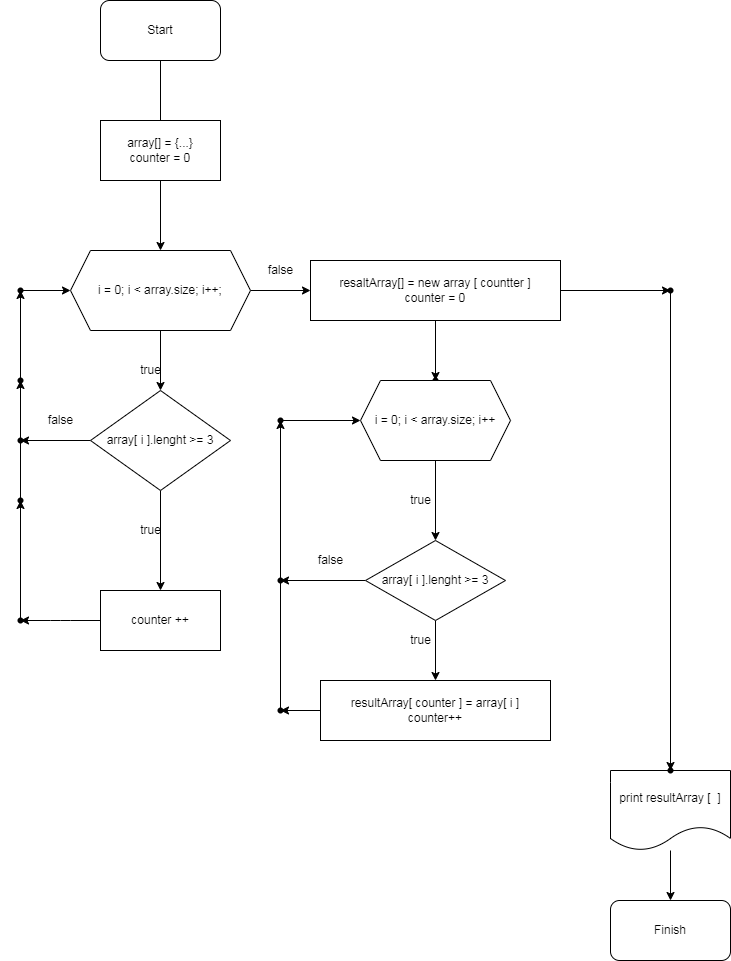
Above: Examle_Test/Exam.drawio.png in George-Goldman/Examination_Test (draw.io), before the change. Source tidied: cells renumbered, new cells last; positions are measured from the earlier drawing's top-left corner, leaving out a move shared by most shapes. Source of this version:
```xml
<mxGraphModel>
  <root>
    <mxCell id="0" />
    <mxCell id="1" parent="0" />
    <mxCell id="2" style="edgeStyle=none;html=1;" parent="1" edge="1" source="3">
      <mxGeometry relative="1" as="geometry">
        <mxPoint x="160" y="140" as="targetPoint" />
      </mxGeometry>
    </mxCell>
    <mxCell id="3" value="Start" style="rounded=1;whiteSpace=wrap;html=1;" parent="1" vertex="1">
      <mxGeometry x="100" width="120" height="60" as="geometry" />
    </mxCell>
    <mxCell id="4" style="edgeStyle=none;html=1;" parent="1" edge="1" source="5" target="8">
      <mxGeometry relative="1" as="geometry" />
    </mxCell>
    <mxCell id="5" value="array[] = {...}&lt;br&gt;counter = 0" style="whiteSpace=wrap;html=1;" parent="1" vertex="1">
      <mxGeometry x="100" y="120" width="120" height="60" as="geometry" />
    </mxCell>
    <mxCell id="6" style="edgeStyle=none;html=1;" parent="1" edge="1" source="8" target="11">
      <mxGeometry relative="1" as="geometry" />
    </mxCell>
    <mxCell id="7" style="edgeStyle=none;html=1;" parent="1" edge="1" source="8" target="15">
      <mxGeometry relative="1" as="geometry" />
    </mxCell>
    <mxCell id="8" value="i = 0; i &amp;lt; array.size; i++;" style="shape=hexagon;perimeter=hexagonPerimeter2;whiteSpace=wrap;html=1;fixedSize=1;" parent="1" vertex="1">
      <mxGeometry x="70" y="250" width="180" height="80" as="geometry" />
    </mxCell>
    <mxCell id="9" style="edgeStyle=none;html=1;elbow=vertical;" parent="1" edge="1" source="11" target="31">
      <mxGeometry relative="1" as="geometry" />
    </mxCell>
    <mxCell id="10" style="edgeStyle=none;html=1;elbow=vertical;" parent="1" edge="1" source="11" target="52">
      <mxGeometry relative="1" as="geometry" />
    </mxCell>
    <mxCell id="11" value="resaltArray[] = new array [ countter ]&lt;br&gt;counter = 0" style="whiteSpace=wrap;html=1;" parent="1" vertex="1">
      <mxGeometry x="310" y="260" width="250" height="60" as="geometry" />
    </mxCell>
    <mxCell id="12" value="false" style="text;html=1;align=center;verticalAlign=middle;strokeColor=none;fillColor=none;" parent="1" vertex="1">
      <mxGeometry x="260" y="260" width="40" height="20" as="geometry" />
    </mxCell>
    <mxCell id="13" style="edgeStyle=none;html=1;" parent="1" edge="1" source="15" target="18">
      <mxGeometry relative="1" as="geometry" />
    </mxCell>
    <mxCell id="14" style="edgeStyle=none;html=1;elbow=vertical;" parent="1" edge="1" source="15" target="27">
      <mxGeometry relative="1" as="geometry" />
    </mxCell>
    <mxCell id="15" value="array[ i ].lenght &amp;gt;= 3" style="rhombus;whiteSpace=wrap;html=1;" parent="1" vertex="1">
      <mxGeometry x="90" y="390" width="140" height="100" as="geometry" />
    </mxCell>
    <mxCell id="16" value="true" style="text;html=1;align=center;verticalAlign=middle;strokeColor=none;fillColor=none;" parent="1" vertex="1">
      <mxGeometry x="130" y="360" width="40" height="20" as="geometry" />
    </mxCell>
    <mxCell id="17" style="edgeStyle=elbowEdgeStyle;elbow=vertical;html=1;" parent="1" edge="1" source="18" target="20">
      <mxGeometry relative="1" as="geometry" />
    </mxCell>
    <mxCell id="18" value="counter ++" style="whiteSpace=wrap;html=1;" parent="1" vertex="1">
      <mxGeometry x="100" y="590" width="120" height="60" as="geometry" />
    </mxCell>
    <mxCell id="19" style="edgeStyle=none;html=1;elbow=vertical;" parent="1" edge="1" source="20" target="22">
      <mxGeometry relative="1" as="geometry" />
    </mxCell>
    <mxCell id="20" style="shape=waypoint;sketch=0;size=6;points=[];fillColor=default;perimeter=centerPerimeter;snapToPoint=1;" parent="1" vertex="1">
      <mxGeometry y="600" width="40" height="40" as="geometry" />
    </mxCell>
    <mxCell id="21" style="edgeStyle=none;html=1;elbow=vertical;startArrow=none;" parent="1" edge="1" source="27" target="24">
      <mxGeometry relative="1" as="geometry" />
    </mxCell>
    <mxCell id="22" style="shape=waypoint;sketch=0;size=6;points=[];fillColor=default;perimeter=centerPerimeter;snapToPoint=1;" parent="1" vertex="1">
      <mxGeometry y="480" width="40" height="40" as="geometry" />
    </mxCell>
    <mxCell id="23" style="edgeStyle=none;html=1;elbow=vertical;" parent="1" edge="1" source="24" target="26">
      <mxGeometry relative="1" as="geometry" />
    </mxCell>
    <mxCell id="24" style="shape=waypoint;sketch=0;size=6;points=[];fillColor=default;perimeter=centerPerimeter;snapToPoint=1;" parent="1" vertex="1">
      <mxGeometry y="360" width="40" height="40" as="geometry" />
    </mxCell>
    <mxCell id="25" style="edgeStyle=none;html=1;elbow=vertical;" parent="1" edge="1" source="26" target="8">
      <mxGeometry relative="1" as="geometry" />
    </mxCell>
    <mxCell id="26" style="shape=waypoint;sketch=0;size=6;points=[];fillColor=default;perimeter=centerPerimeter;snapToPoint=1;" parent="1" vertex="1">
      <mxGeometry y="270" width="40" height="40" as="geometry" />
    </mxCell>
    <mxCell id="27" style="shape=waypoint;sketch=0;size=6;points=[];fillColor=default;perimeter=centerPerimeter;snapToPoint=1;" parent="1" vertex="1">
      <mxGeometry y="420" width="40" height="40" as="geometry" />
    </mxCell>
    <mxCell id="28" style="edgeStyle=none;html=1;elbow=vertical;endArrow=none;" parent="1" edge="1" source="22" target="27">
      <mxGeometry relative="1" as="geometry" />
    </mxCell>
    <mxCell id="29" value="false" style="text;html=1;align=center;verticalAlign=middle;strokeColor=none;fillColor=none;" parent="1" vertex="1">
      <mxGeometry x="40" y="410" width="40" height="20" as="geometry" />
    </mxCell>
    <mxCell id="30" value="true" style="text;html=1;align=center;verticalAlign=middle;strokeColor=none;fillColor=none;" parent="1" vertex="1">
      <mxGeometry x="130" y="520" width="40" height="20" as="geometry" />
    </mxCell>
    <mxCell id="31" style="shape=waypoint;sketch=0;size=6;points=[];fillColor=default;perimeter=centerPerimeter;snapToPoint=1;" parent="1" vertex="1">
      <mxGeometry x="415" y="360" width="40" height="40" as="geometry" />
    </mxCell>
    <mxCell id="32" style="edgeStyle=none;html=1;elbow=vertical;" parent="1" edge="1" source="33" target="36">
      <mxGeometry relative="1" as="geometry" />
    </mxCell>
    <mxCell id="33" value="i = 0; i &amp;lt; array.size; i++" style="shape=hexagon;perimeter=hexagonPerimeter2;whiteSpace=wrap;html=1;fixedSize=1;" parent="1" vertex="1">
      <mxGeometry x="360" y="380" width="150" height="80" as="geometry" />
    </mxCell>
    <mxCell id="34" style="edgeStyle=none;html=1;elbow=vertical;" parent="1" edge="1" source="36" target="38">
      <mxGeometry relative="1" as="geometry" />
    </mxCell>
    <mxCell id="35" style="edgeStyle=none;html=1;elbow=vertical;" parent="1" edge="1" source="36" target="45">
      <mxGeometry relative="1" as="geometry" />
    </mxCell>
    <mxCell id="36" value="array[ i ].lenght &amp;gt;= 3" style="rhombus;whiteSpace=wrap;html=1;" parent="1" vertex="1">
      <mxGeometry x="365" y="540" width="140" height="80" as="geometry" />
    </mxCell>
    <mxCell id="37" style="edgeStyle=none;html=1;elbow=vertical;" parent="1" edge="1" source="38" target="42">
      <mxGeometry relative="1" as="geometry" />
    </mxCell>
    <mxCell id="38" value="resultArray[ counter ] = array[ i ]&lt;br&gt;counter++" style="whiteSpace=wrap;html=1;" parent="1" vertex="1">
      <mxGeometry x="320" y="680" width="230" height="60" as="geometry" />
    </mxCell>
    <mxCell id="39" value="true" style="text;html=1;align=center;verticalAlign=middle;strokeColor=none;fillColor=none;" parent="1" vertex="1">
      <mxGeometry x="400" y="630" width="40" height="20" as="geometry" />
    </mxCell>
    <mxCell id="40" value="true" style="text;html=1;align=center;verticalAlign=middle;strokeColor=none;fillColor=none;" parent="1" vertex="1">
      <mxGeometry x="400" y="490" width="40" height="20" as="geometry" />
    </mxCell>
    <mxCell id="41" style="edgeStyle=none;html=1;elbow=vertical;startArrow=none;" parent="1" edge="1" source="45" target="44">
      <mxGeometry relative="1" as="geometry" />
    </mxCell>
    <mxCell id="42" style="shape=waypoint;sketch=0;size=6;points=[];fillColor=default;perimeter=centerPerimeter;snapToPoint=1;" parent="1" vertex="1">
      <mxGeometry x="260" y="690" width="40" height="40" as="geometry" />
    </mxCell>
    <mxCell id="43" style="edgeStyle=none;html=1;elbow=vertical;" parent="1" edge="1" source="44" target="33">
      <mxGeometry relative="1" as="geometry" />
    </mxCell>
    <mxCell id="44" style="shape=waypoint;sketch=0;size=6;points=[];fillColor=default;perimeter=centerPerimeter;snapToPoint=1;" parent="1" vertex="1">
      <mxGeometry x="260" y="400" width="40" height="40" as="geometry" />
    </mxCell>
    <mxCell id="45" style="shape=waypoint;sketch=0;size=6;points=[];fillColor=default;perimeter=centerPerimeter;snapToPoint=1;" parent="1" vertex="1">
      <mxGeometry x="260" y="560" width="40" height="40" as="geometry" />
    </mxCell>
    <mxCell id="46" style="edgeStyle=none;html=1;elbow=vertical;endArrow=none;" parent="1" edge="1" source="42" target="45">
      <mxGeometry relative="1" as="geometry" />
    </mxCell>
    <mxCell id="47" value="false" style="text;html=1;align=center;verticalAlign=middle;strokeColor=none;fillColor=none;" parent="1" vertex="1">
      <mxGeometry x="310" y="550" width="40" height="20" as="geometry" />
    </mxCell>
    <mxCell id="48" style="edgeStyle=none;html=1;elbow=vertical;" parent="1" edge="1" source="49" target="50">
      <mxGeometry relative="1" as="geometry" />
    </mxCell>
    <mxCell id="49" value="print resultArray [&amp;nbsp; ]" style="shape=document;whiteSpace=wrap;html=1;boundedLbl=1;" parent="1" vertex="1">
      <mxGeometry x="610" y="770" width="120" height="80" as="geometry" />
    </mxCell>
    <mxCell id="50" value="Finish" style="rounded=1;whiteSpace=wrap;html=1;" parent="1" vertex="1">
      <mxGeometry x="610" y="900" width="120" height="60" as="geometry" />
    </mxCell>
    <mxCell id="51" style="edgeStyle=none;html=1;elbow=vertical;" parent="1" edge="1" source="52" target="53">
      <mxGeometry relative="1" as="geometry" />
    </mxCell>
    <mxCell id="52" style="shape=waypoint;sketch=0;size=6;points=[];fillColor=default;perimeter=centerPerimeter;snapToPoint=1;" parent="1" vertex="1">
      <mxGeometry x="650" y="270" width="40" height="40" as="geometry" />
    </mxCell>
    <mxCell id="53" style="shape=waypoint;sketch=0;size=6;points=[];fillColor=default;perimeter=centerPerimeter;snapToPoint=1;" parent="1" vertex="1">
      <mxGeometry x="650" y="750" width="40" height="40" as="geometry" />
    </mxCell>
  </root>
</mxGraphModel>
```
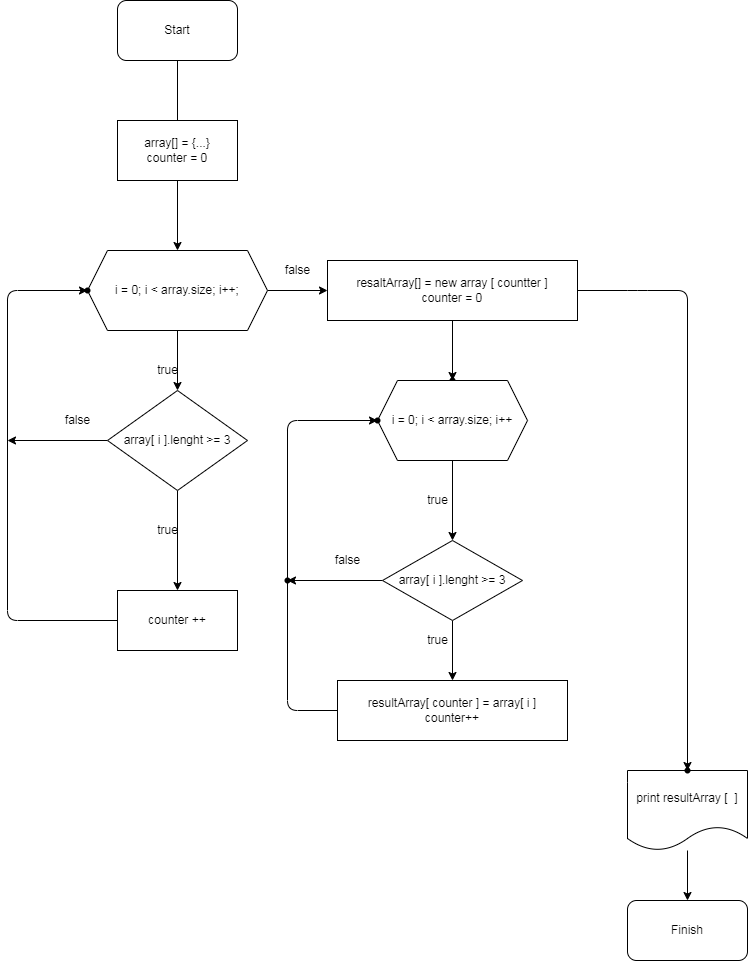
Above is the later version.

The edit, as a diff of the source:
```diff
@@ -28,8 +28,13 @@
     <mxCell id="9" style="edgeStyle=none;html=1;elbow=vertical;" parent="1" edge="1" source="11" target="31">
       <mxGeometry relative="1" as="geometry" />
     </mxCell>
-    <mxCell id="10" style="edgeStyle=none;html=1;elbow=vertical;" parent="1" edge="1" source="11" target="52">
-      <mxGeometry relative="1" as="geometry" />
+    <mxCell id="10" style="edgeStyle=none;html=1;elbow=vertical;entryX=0.529;entryY=0.509;entryDx=0;entryDy=0;entryPerimeter=0;" parent="1" edge="1" source="11" target="53">
+      <mxGeometry relative="1" as="geometry">
+        <Array as="points">
+          <mxPoint x="620" y="290" />
+          <mxPoint x="670" y="290" />
+        </Array>
+      </mxGeometry>
     </mxCell>
     <mxCell id="11" value="resaltArray[] = new array [ countter ]&lt;br&gt;counter = 0" style="whiteSpace=wrap;html=1;" parent="1" vertex="1">
       <mxGeometry x="310" y="260" width="250" height="60" as="geometry" />
@@ -40,8 +45,10 @@
     <mxCell id="13" style="edgeStyle=none;html=1;" parent="1" edge="1" source="15" target="18">
       <mxGeometry relative="1" as="geometry" />
     </mxCell>
-    <mxCell id="14" style="edgeStyle=none;html=1;elbow=vertical;" parent="1" edge="1" source="15" target="27">
-      <mxGeometry relative="1" as="geometry" />
+    <mxCell id="14" style="edgeStyle=none;html=1;elbow=vertical;" parent="1" edge="1" source="15">
+      <mxGeometry relative="1" as="geometry">
+        <mxPoint x="-10" y="440" as="targetPoint" />
+      </mxGeometry>
     </mxCell>
     <mxCell id="15" value="array[ i ].lenght &amp;gt;= 3" style="rhombus;whiteSpace=wrap;html=1;" parent="1" vertex="1">
       <mxGeometry x="90" y="390" width="140" height="100" as="geometry" />
@@ -50,41 +57,18 @@
       <mxGeometry x="130" y="360" width="40" height="20" as="geometry" />
     </mxCell>
     <mxCell id="17" style="edgeStyle=elbowEdgeStyle;elbow=vertical;html=1;" parent="1" edge="1" source="18" target="20">
-      <mxGeometry relative="1" as="geometry" />
+      <mxGeometry relative="1" as="geometry">
+        <Array as="points">
+          <mxPoint x="-10" y="280" />
+        </Array>
+      </mxGeometry>
     </mxCell>
     <mxCell id="18" value="counter ++" style="whiteSpace=wrap;html=1;" parent="1" vertex="1">
       <mxGeometry x="100" y="590" width="120" height="60" as="geometry" />
     </mxCell>
-    <mxCell id="19" style="edgeStyle=none;html=1;elbow=vertical;" parent="1" edge="1" source="20" target="22">
-      <mxGeometry relative="1" as="geometry" />
-    </mxCell>
     <mxCell id="20" style="shape=waypoint;sketch=0;size=6;points=[];fillColor=default;perimeter=centerPerimeter;snapToPoint=1;" parent="1" vertex="1">
-      <mxGeometry y="600" width="40" height="40" as="geometry" />
+      <mxGeometry x="50" y="270" width="40" height="40" as="geometry" />
     </mxCell>
-    <mxCell id="21" style="edgeStyle=none;html=1;elbow=vertical;startArrow=none;" parent="1" edge="1" source="27" target="24">
-      <mxGeometry relative="1" as="geometry" />
-    </mxCell>
-    <mxCell id="22" style="shape=waypoint;sketch=0;size=6;points=[];fillColor=default;perimeter=centerPerimeter;snapToPoint=1;" parent="1" vertex="1">
-      <mxGeometry y="480" width="40" height="40" as="geometry" />
-    </mxCell>
-    <mxCell id="23" style="edgeStyle=none;html=1;elbow=vertical;" parent="1" edge="1" source="24" target="26">
-      <mxGeometry relative="1" as="geometry" />
-    </mxCell>
-    <mxCell id="24" style="shape=waypoint;sketch=0;size=6;points=[];fillColor=default;perimeter=centerPerimeter;snapToPoint=1;" parent="1" vertex="1">
-      <mxGeometry y="360" width="40" height="40" as="geometry" />
-    </mxCell>
-    <mxCell id="25" style="edgeStyle=none;html=1;elbow=vertical;" parent="1" edge="1" source="26" target="8">
-      <mxGeometry relative="1" as="geometry" />
-    </mxCell>
-    <mxCell id="26" style="shape=waypoint;sketch=0;size=6;points=[];fillColor=default;perimeter=centerPerimeter;snapToPoint=1;" parent="1" vertex="1">
-      <mxGeometry y="270" width="40" height="40" as="geometry" />
-    </mxCell>
-    <mxCell id="27" style="shape=waypoint;sketch=0;size=6;points=[];fillColor=default;perimeter=centerPerimeter;snapToPoint=1;" parent="1" vertex="1">
-      <mxGeometry y="420" width="40" height="40" as="geometry" />
-    </mxCell>
-    <mxCell id="28" style="edgeStyle=none;html=1;elbow=vertical;endArrow=none;" parent="1" edge="1" source="22" target="27">
-      <mxGeometry relative="1" as="geometry" />
-    </mxCell>
     <mxCell id="29" value="false" style="text;html=1;align=center;verticalAlign=middle;strokeColor=none;fillColor=none;" parent="1" vertex="1">
       <mxGeometry x="40" y="410" width="40" height="20" as="geometry" />
     </mxCell>
@@ -109,8 +93,13 @@
     <mxCell id="36" value="array[ i ].lenght &amp;gt;= 3" style="rhombus;whiteSpace=wrap;html=1;" parent="1" vertex="1">
       <mxGeometry x="365" y="540" width="140" height="80" as="geometry" />
     </mxCell>
-    <mxCell id="37" style="edgeStyle=none;html=1;elbow=vertical;" parent="1" edge="1" source="38" target="42">
-      <mxGeometry relative="1" as="geometry" />
+    <mxCell id="37" style="edgeStyle=none;html=1;elbow=vertical;exitX=0;exitY=0.5;exitDx=0;exitDy=0;" parent="1" edge="1" source="38" target="42">
+      <mxGeometry relative="1" as="geometry">
+        <Array as="points">
+          <mxPoint x="270" y="710" />
+          <mxPoint x="270" y="420" />
+        </Array>
+      </mxGeometry>
     </mxCell>
     <mxCell id="38" value="resultArray[ counter ] = array[ i ]&lt;br&gt;counter++" style="whiteSpace=wrap;html=1;" parent="1" vertex="1">
       <mxGeometry x="320" y="680" width="230" height="60" as="geometry" />
@@ -121,24 +110,12 @@
     <mxCell id="40" value="true" style="text;html=1;align=center;verticalAlign=middle;strokeColor=none;fillColor=none;" parent="1" vertex="1">
       <mxGeometry x="400" y="490" width="40" height="20" as="geometry" />
     </mxCell>
-    <mxCell id="41" style="edgeStyle=none;html=1;elbow=vertical;startArrow=none;" parent="1" edge="1" source="45" target="44">
-      <mxGeometry relative="1" as="geometry" />
-    </mxCell>
     <mxCell id="42" style="shape=waypoint;sketch=0;size=6;points=[];fillColor=default;perimeter=centerPerimeter;snapToPoint=1;" parent="1" vertex="1">
-      <mxGeometry x="260" y="690" width="40" height="40" as="geometry" />
+      <mxGeometry x="340" y="400" width="40" height="40" as="geometry" />
     </mxCell>
-    <mxCell id="43" style="edgeStyle=none;html=1;elbow=vertical;" parent="1" edge="1" source="44" target="33">
-      <mxGeometry relative="1" as="geometry" />
-    </mxCell>
-    <mxCell id="44" style="shape=waypoint;sketch=0;size=6;points=[];fillColor=default;perimeter=centerPerimeter;snapToPoint=1;" parent="1" vertex="1">
-      <mxGeometry x="260" y="400" width="40" height="40" as="geometry" />
-    </mxCell>
     <mxCell id="45" style="shape=waypoint;sketch=0;size=6;points=[];fillColor=default;perimeter=centerPerimeter;snapToPoint=1;" parent="1" vertex="1">
-      <mxGeometry x="260" y="560" width="40" height="40" as="geometry" />
+      <mxGeometry x="250" y="560" width="40" height="40" as="geometry" />
     </mxCell>
-    <mxCell id="46" style="edgeStyle=none;html=1;elbow=vertical;endArrow=none;" parent="1" edge="1" source="42" target="45">
-      <mxGeometry relative="1" as="geometry" />
-    </mxCell>
     <mxCell id="47" value="false" style="text;html=1;align=center;verticalAlign=middle;strokeColor=none;fillColor=none;" parent="1" vertex="1">
       <mxGeometry x="310" y="550" width="40" height="20" as="geometry" />
     </mxCell>
@@ -151,12 +128,6 @@
     <mxCell id="50" value="Finish" style="rounded=1;whiteSpace=wrap;html=1;" parent="1" vertex="1">
       <mxGeometry x="610" y="900" width="120" height="60" as="geometry" />
     </mxCell>
-    <mxCell id="51" style="edgeStyle=none;html=1;elbow=vertical;" parent="1" edge="1" source="52" target="53">
-      <mxGeometry relative="1" as="geometry" />
-    </mxCell>
-    <mxCell id="52" style="shape=waypoint;sketch=0;size=6;points=[];fillColor=default;perimeter=centerPerimeter;snapToPoint=1;" parent="1" vertex="1">
-      <mxGeometry x="650" y="270" width="40" height="40" as="geometry" />
-    </mxCell>
     <mxCell id="53" style="shape=waypoint;sketch=0;size=6;points=[];fillColor=default;perimeter=centerPerimeter;snapToPoint=1;" parent="1" vertex="1">
       <mxGeometry x="650" y="750" width="40" height="40" as="geometry" />
     </mxCell>
```
